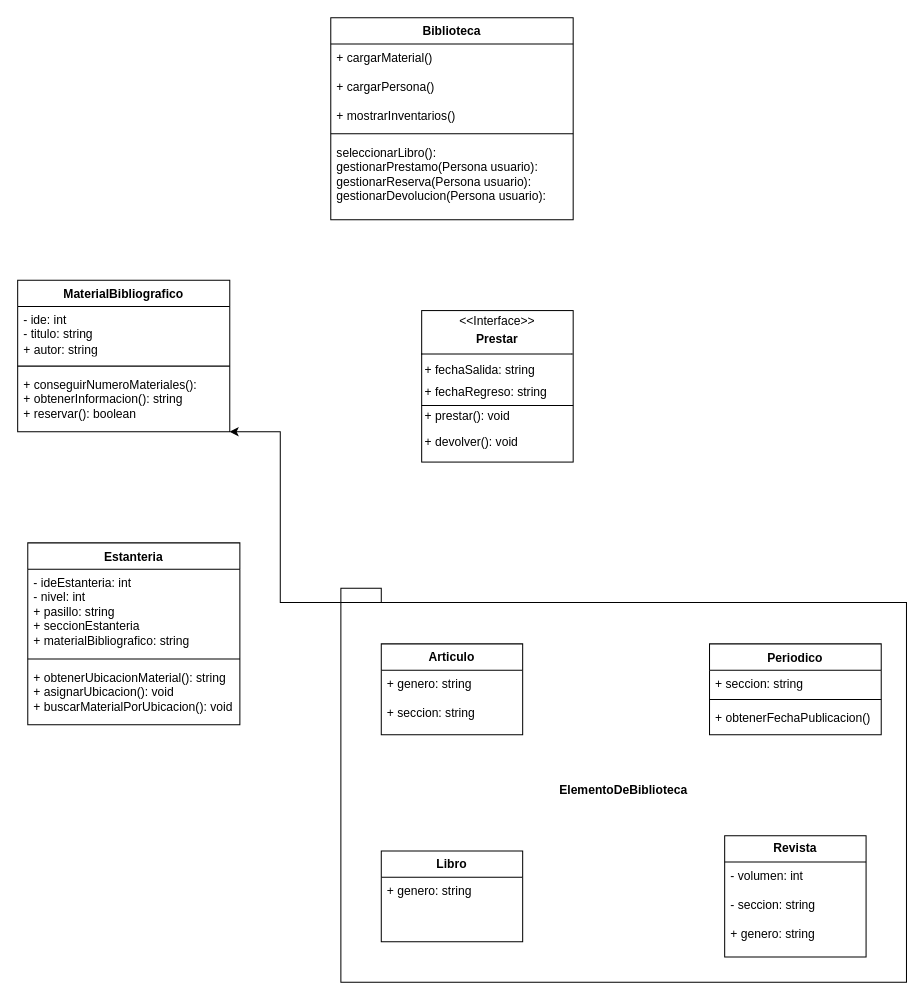
Above: Biblioteca.drawio in ArianaSarango/Biblioteca (draw.io), before the change. Source tidied: cells renumbered, new cells numbered last; positions are measured from the earlier drawing's top-left corner, leaving out a move shared by most shapes. Both pictures are drawn from the tidied source at 101%, with x=0, y=0 at pixel (17, 17).
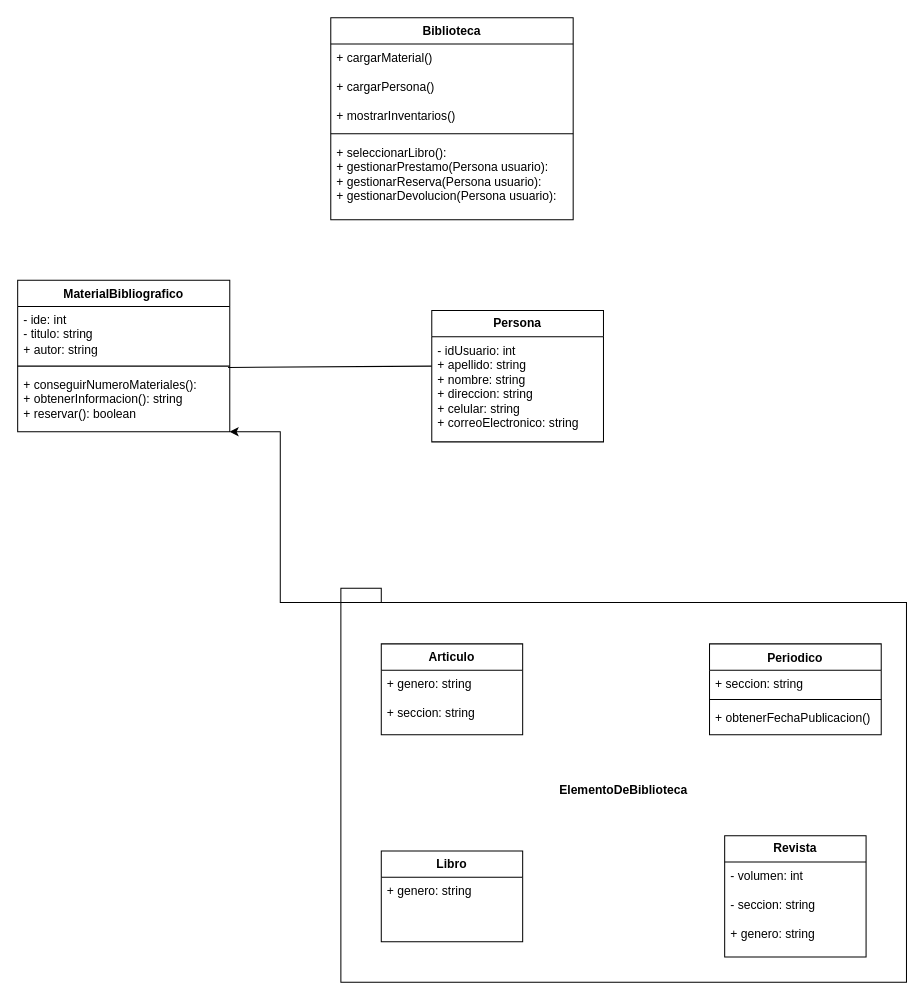
The same diagram, later.

The change refers to these unchanged cells:
```xml
<mxCell id="5" value="+ conseguirNumeroMateriales():&lt;div&gt;+ obtenerInformacion(): string&lt;/div&gt;&lt;div&gt;+ reservar(): boolean&lt;/div&gt;" style="text;strokeColor=none;fillColor=none;align=left;verticalAlign=top;spacingLeft=4;spacingRight=4;overflow=hidden;points=[[0,0.5],[1,0.5]];portConstraint=eastwest;whiteSpace=wrap;html=1;" parent="2" vertex="1">
  <mxGeometry y="90" width="210" height="60" as="geometry" />
</mxCell>
<mxCell id="24" value="Biblioteca" style="swimlane;fontStyle=1;align=center;verticalAlign=top;horizontal=1;startSize=26;whiteSpace=wrap;html=1;" parent="1" vertex="1">
  <mxGeometry x="310" width="240" height="200" as="geometry" />
</mxCell>
```

The edit, as a diff of the source:
```diff
@@
-    <mxCell id="6" value="Estanteria" style="swimlane;fontStyle=1;align=center;verticalAlign=top;horizontal=1;startSize=26;whiteSpace=wrap;html=1;" parent="1" vertex="1">
-      <mxGeometry x="10" y="520" width="210" height="180" as="geometry" />
-    </mxCell>
-    <mxCell id="7" value="- ideEstanteria: int&lt;div&gt;- nivel: int&lt;/div&gt;&lt;div&gt;+ pasillo: string&lt;/div&gt;&lt;div&gt;+ seccionEstanteria&lt;/div&gt;&lt;div&gt;+ materialBibliografico: string&lt;br&gt;&lt;/div&gt;" style="text;strokeColor=none;fillColor=none;align=left;verticalAlign=top;spacingLeft=4;spacingRight=4;overflow=hidden;whiteSpace=wrap;html=1;" parent="6" vertex="1">
-      <mxGeometry y="26" width="210" height="84" as="geometry" />
-    </mxCell>
-    <mxCell id="8" style="line;strokeWidth=1;fillColor=none;align=left;verticalAlign=middle;spacingTop=-1;spacingLeft=3;spacingRight=3;labelPosition=right;strokeColor=inherit;" parent="6" vertex="1">
-      <mxGeometry y="110" width="210" height="10" as="geometry" />
-    </mxCell>
-    <mxCell id="9" value="+ obtenerUbicacionMaterial(): string&lt;div&gt;+ asignarUbicacion(): void&lt;/div&gt;&lt;div&gt;+ buscarMaterialPorUbicacion(): void&lt;/div&gt;" style="text;strokeColor=none;fillColor=none;align=left;verticalAlign=top;spacingLeft=4;spacingRight=4;overflow=hidden;whiteSpace=wrap;html=1;" parent="6" vertex="1">
-      <mxGeometry y="120" width="210" height="60" as="geometry" />
-    </mxCell>
@@
-    <mxCell id="21" value="&lt;p style=&quot;margin:0px;margin-top:4px;text-align:center;&quot;&gt;&amp;lt;&amp;lt;Interface&amp;gt;&amp;gt;&lt;/p&gt;&lt;p style=&quot;margin:0px;margin-top:4px;text-align:center;&quot;&gt;&lt;b&gt;Prestar&lt;/b&gt;&lt;/p&gt;&lt;hr size=&quot;1&quot; style=&quot;border-style:solid;&quot;&gt;&lt;div style=&quot;height:2px;&quot;&gt;&lt;br&gt;&lt;/div&gt;&lt;div style=&quot;height:2px;&quot;&gt;&amp;nbsp;+ fechaSalida: string&lt;/div&gt;&lt;div style=&quot;height:2px;&quot;&gt;&lt;br&gt;&lt;/div&gt;&lt;div style=&quot;height:2px;&quot;&gt;&lt;br&gt;&lt;/div&gt;&lt;div style=&quot;height:2px;&quot;&gt;&lt;br&gt;&lt;/div&gt;&lt;div style=&quot;height:2px;&quot;&gt;&lt;br&gt;&lt;/div&gt;&lt;div style=&quot;height:2px;&quot;&gt;&lt;br&gt;&lt;/div&gt;&lt;div style=&quot;height:2px;&quot;&gt;&lt;br&gt;&lt;/div&gt;&lt;div style=&quot;height:2px;&quot;&gt;&lt;br&gt;&lt;/div&gt;&lt;div style=&quot;height:2px;&quot;&gt;&lt;br&gt;&lt;/div&gt;&lt;div style=&quot;height:2px;&quot;&gt;&lt;br&gt;&lt;/div&gt;&lt;div style=&quot;height:2px;&quot;&gt;&lt;br&gt;&lt;/div&gt;&lt;div style=&quot;height:2px;&quot;&gt;&amp;nbsp;+ fechaRegreso: string&lt;/div&gt;&lt;div style=&quot;height:2px;&quot;&gt;&lt;br&gt;&lt;/div&gt;&lt;div style=&quot;height:2px;&quot;&gt;&lt;br&gt;&lt;/div&gt;&lt;div style=&quot;height:2px;&quot;&gt;&lt;br&gt;&lt;/div&gt;&lt;div style=&quot;height:2px;&quot;&gt;&lt;br&gt;&lt;/div&gt;&lt;div style=&quot;height:2px;&quot;&gt;&lt;br&gt;&lt;/div&gt;&lt;div style=&quot;height:2px;&quot;&gt;&lt;br&gt;&lt;/div&gt;&lt;div style=&quot;height:2px;&quot;&gt;&lt;br&gt;&lt;/div&gt;&lt;div style=&quot;height:2px;&quot;&gt;&lt;br&gt;&lt;/div&gt;&lt;div style=&quot;height:2px;&quot;&gt;&lt;br&gt;&lt;/div&gt;&lt;div style=&quot;height:2px;&quot;&gt;&lt;br&gt;&lt;/div&gt;&lt;div style=&quot;height:2px;&quot;&gt;&amp;nbsp;&lt;/div&gt;&lt;div style=&quot;height:2px;&quot;&gt;&amp;nbsp;+ prestar(): void&lt;/div&gt;&lt;div style=&quot;height:2px;&quot;&gt;&lt;br&gt;&lt;/div&gt;&lt;div style=&quot;height:2px;&quot;&gt;&lt;br&gt;&lt;/div&gt;&lt;div style=&quot;height:2px;&quot;&gt;&lt;br&gt;&lt;/div&gt;&lt;div style=&quot;height:2px;&quot;&gt;&lt;br&gt;&lt;/div&gt;&lt;div style=&quot;height:2px;&quot;&gt;&lt;br&gt;&lt;/div&gt;&lt;div style=&quot;height:2px;&quot;&gt;&lt;br&gt;&amp;nbsp;+ devolver(): void&lt;/div&gt;" style="verticalAlign=top;align=left;overflow=fill;html=1;whiteSpace=wrap;" parent="1" vertex="1">
-      <mxGeometry x="400" y="290" width="150" height="150" as="geometry" />
-    </mxCell>
-    <mxCell id="22" style="line;strokeWidth=1;fillColor=none;align=left;verticalAlign=middle;spacingTop=-1;spacingLeft=3;spacingRight=3;labelPosition=right;strokeColor=inherit;" parent="1" vertex="1">
-      <mxGeometry x="400" y="380" width="150" height="8" as="geometry" />
-    </mxCell>
@@
-    <mxCell id="27" value="&lt;div&gt;seleccionarLibro():&amp;nbsp;&lt;/div&gt;&lt;div&gt;gestionarPrestamo(Persona usuario):&amp;nbsp;&lt;/div&gt;&lt;div&gt;gestionarReserva(Persona usuario):&amp;nbsp;&lt;/div&gt;&lt;div&gt;gestionarDevolucion(Persona usuario):&lt;/div&gt;" style="text;strokeColor=none;fillColor=none;align=left;verticalAlign=top;spacingLeft=4;spacingRight=4;overflow=hidden;whiteSpace=wrap;html=1;" parent="24" vertex="1">
+    <mxCell id="27" value="&lt;div&gt;+ seleccionarLibro():&amp;nbsp;&lt;/div&gt;&lt;div&gt;+ gestionarPrestamo(Persona usuario):&amp;nbsp;&lt;/div&gt;&lt;div&gt;+ gestionarReserva(Persona usuario):&amp;nbsp;&lt;/div&gt;&lt;div&gt;+ gestionarDevolucion(Persona usuario):&lt;/div&gt;" style="text;strokeColor=none;fillColor=none;align=left;verticalAlign=top;spacingLeft=4;spacingRight=4;overflow=hidden;whiteSpace=wrap;html=1;" parent="24" vertex="1">
       <mxGeometry y="120" width="240" height="80" as="geometry" />
     </mxCell>
+    <mxCell id="28" value="&lt;b&gt;Persona&lt;/b&gt;" style="swimlane;fontStyle=0;horizontal=1;startSize=26;fillColor=none;whiteSpace=wrap;html=1;" parent="1" vertex="1">
+      <mxGeometry x="410" y="290" width="170" height="130" as="geometry" />
+    </mxCell>
+    <mxCell id="29" value="- idUsuario: int&lt;div&gt;+ apellido: string&lt;/div&gt;&lt;div&gt;+ nombre: string&lt;/div&gt;&lt;div&gt;+ direccion: string&lt;br&gt;+ celular: string&lt;/div&gt;&lt;div&gt;+ correoElectronico: string&lt;/div&gt;" style="text;strokeColor=none;fillColor=none;align=left;verticalAlign=top;spacingLeft=4;spacingRight=4;overflow=hidden;whiteSpace=wrap;html=1;" parent="28" vertex="1">
+      <mxGeometry y="26" width="170" height="104" as="geometry" />
+    </mxCell>
+    <mxCell id="30" style="endArrow=none;html=1;rounded=0;exitX=0.992;exitY=-0.062;exitDx=0;exitDy=0;exitPerimeter=0;entryX=0;entryY=0.5;entryDx=0;entryDy=0;" parent="1" edge="1" source="5">
+      <mxGeometry relative="1" as="geometry">
+        <mxPoint x="410" y="345" as="targetPoint" />
+      </mxGeometry>
+    </mxCell>
```
